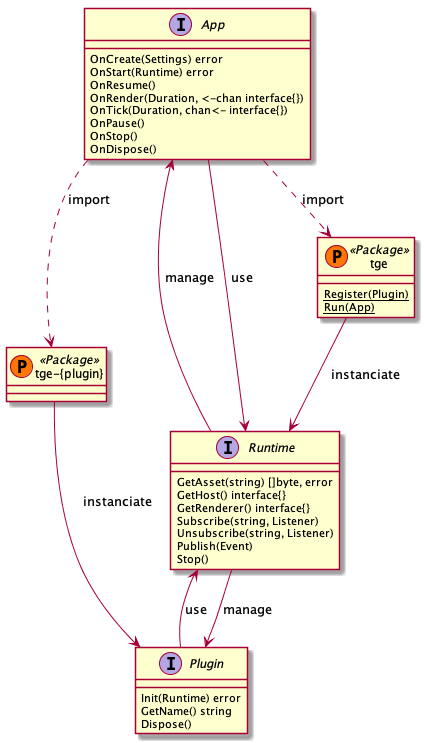
Thommil/tge keeps this PlantUML diagram as specs/api.png. Above is the earlier version.
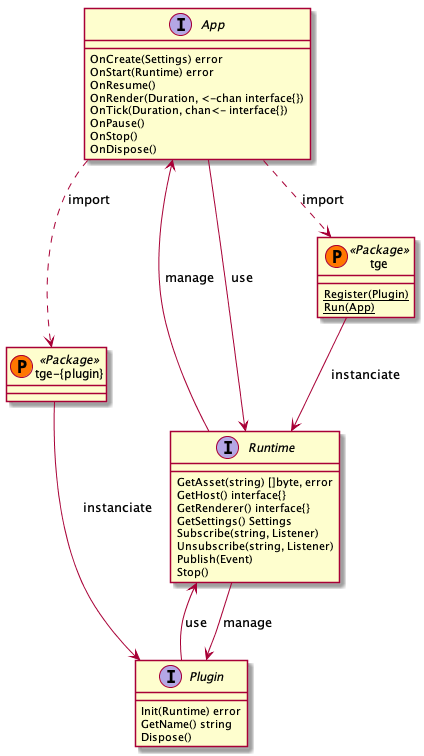
Later version of the same file.

Change to the diagram source:
```diff
@@ -22,6 +22,7 @@
     GetAsset(string) []byte, error
     GetHost() interface{}
     GetRenderer() interface{}
+    GetSettings() Settings
     Subscribe(string, Listener)
 	Unsubscribe(string, Listener)
     Publish(Event)
```
